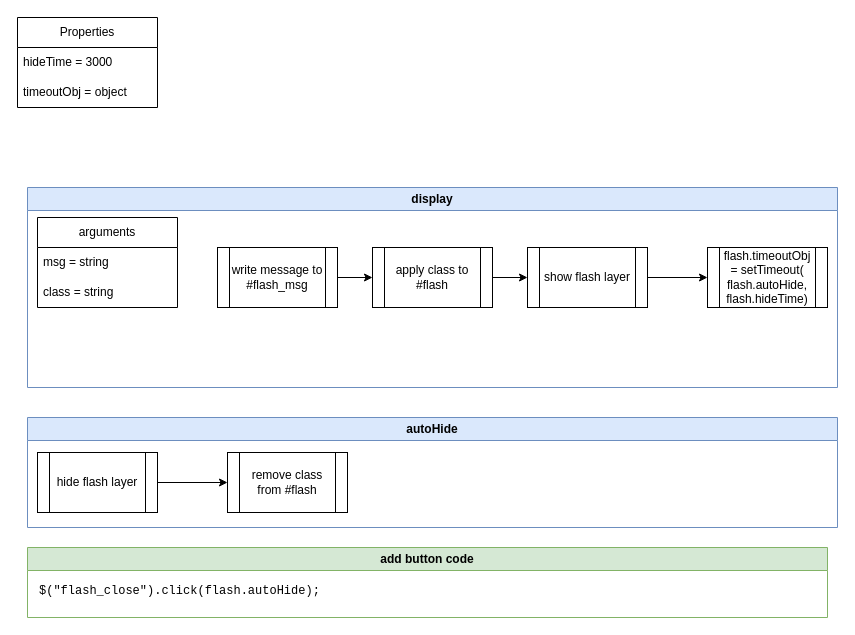
Before: page "Flash modal" (9 of 10) of moc-char-db-infrastructure.drawio in JS-Produksiyon/moc-character-db, a draw.io diagram. Source tidied: cells renumbered, new cells numbered last; positions are measured from the earlier drawing's top-left corner, leaving out a move shared by most shapes. Both pictures are drawn from the tidied source at 100%, with x=0, y=0 at pixel (17, 17).
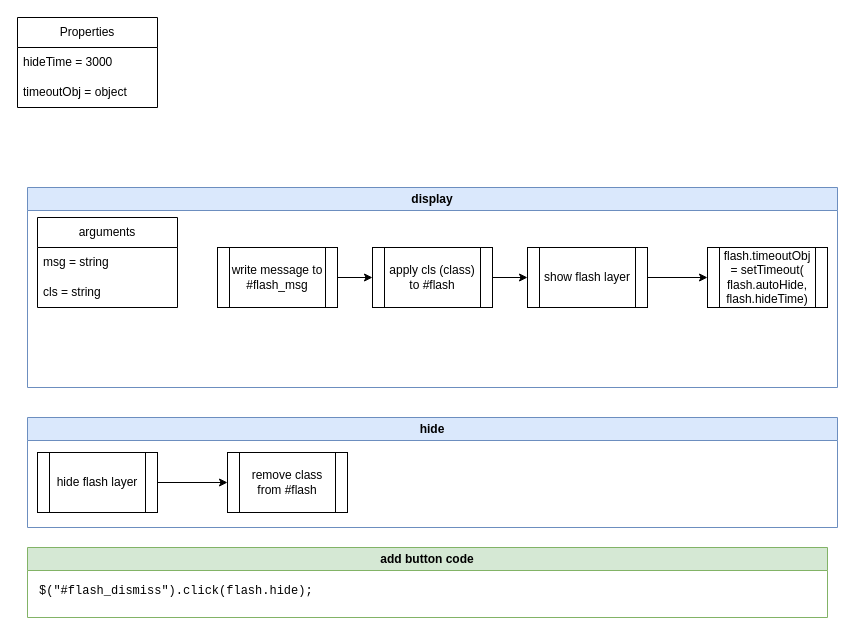
The same page after the edit.

The change refers to these unchanged cells:
```xml
<mxCell id="2" value="display" style="swimlane;whiteSpace=wrap;html=1;startSize=23;fillColor=#dae8fc;strokeColor=#6c8ebf;" parent="1" vertex="1">
  <mxGeometry x="10" y="170" width="810" height="200" as="geometry" />
</mxCell>
<mxCell id="3" value="arguments" style="swimlane;fontStyle=0;horizontal=1;startSize=30;whiteSpace=wrap;html=1;" parent="2" vertex="1">
  <mxGeometry x="10" y="30" width="140" height="90" as="geometry" />
</mxCell>
<mxCell id="20" value="add button code" style="swimlane;whiteSpace=wrap;html=1;fillColor=#d5e8d4;strokeColor=#82b366;" parent="1" vertex="1">
  <mxGeometry x="10" y="530" width="800" height="70" as="geometry" />
</mxCell>
```

Change to the diagram source:
```diff
@@
-    <mxCell id="5" value="class = string" style="text;strokeColor=none;fillColor=none;align=left;verticalAlign=middle;spacingLeft=4;spacingRight=4;overflow=hidden;whiteSpace=wrap;html=1;" parent="3" vertex="1">
+    <mxCell id="5" value="cls = string" style="text;strokeColor=none;fillColor=none;align=left;verticalAlign=middle;spacingLeft=4;spacingRight=4;overflow=hidden;whiteSpace=wrap;html=1;" parent="3" vertex="1">
       <mxGeometry y="60" width="140" height="30" as="geometry" />
     </mxCell>
@@
-    <mxCell id="9" value="apply class to #flash" style="shape=process;whiteSpace=wrap;html=1;backgroundOutline=1;" parent="2" vertex="1">
+    <mxCell id="9" value="apply cls (class) to #flash" style="shape=process;whiteSpace=wrap;html=1;backgroundOutline=1;" parent="2" vertex="1">
       <mxGeometry x="345" y="60" width="120" height="60" as="geometry" />
     </mxCell>
@@
-    <mxCell id="13" value="autoHide" style="swimlane;whiteSpace=wrap;html=1;fillColor=#dae8fc;strokeColor=#6c8ebf;" parent="1" vertex="1">
+    <mxCell id="13" value="hide" style="swimlane;whiteSpace=wrap;html=1;fillColor=#dae8fc;strokeColor=#6c8ebf;" parent="1" vertex="1">
       <mxGeometry x="10" y="400" width="810" height="110" as="geometry" />
     </mxCell>
@@
-    <mxCell id="21" value="&lt;pre style=&quot;margin-top: 0px;&quot;&gt;$(&quot;flash_close&quot;).click(flash.autoHide);&lt;/pre&gt;" style="text;html=1;whiteSpace=wrap;overflow=hidden;rounded=0;" parent="20" vertex="1">
+    <mxCell id="21" value="&lt;pre style=&quot;margin-top: 0px;&quot;&gt;$(&quot;#flash_dismiss&quot;).click(flash.hide);&lt;br&gt;&lt;/pre&gt;" style="text;html=1;whiteSpace=wrap;overflow=hidden;rounded=0;" parent="20" vertex="1">
       <mxGeometry x="10" y="30" width="780" height="30" as="geometry" />
     </mxCell>
```
